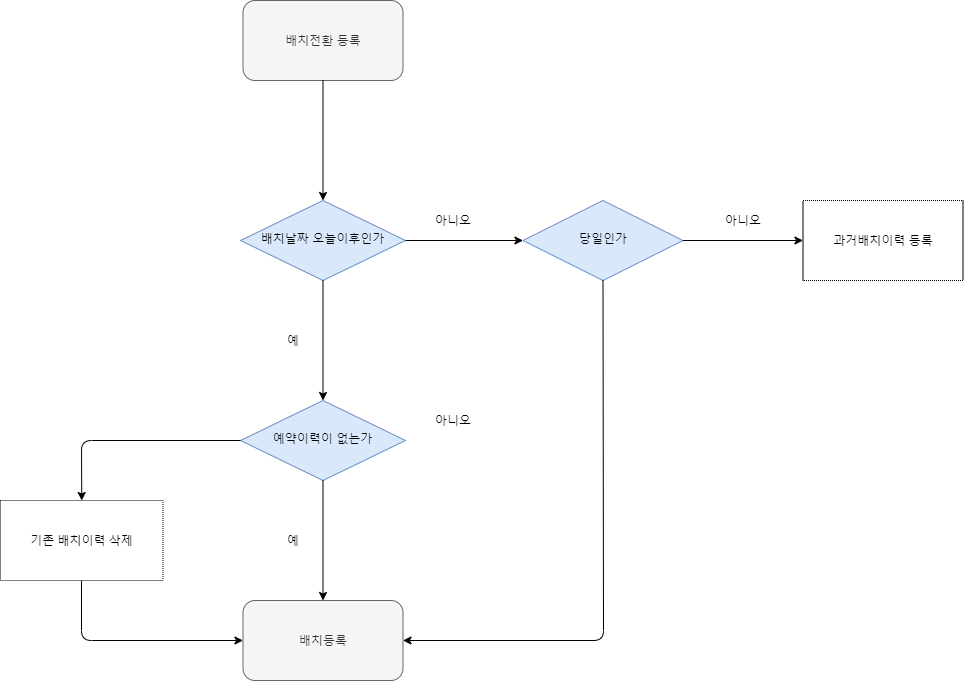
Earlier version of the draw.io export InsaSystem_Relocation.png (KONGNOBIN/Diagram). Source tidied: cells renumbered, new cells last; positions are measured from the earlier drawing's top-left corner, leaving out a move shared by most shapes.
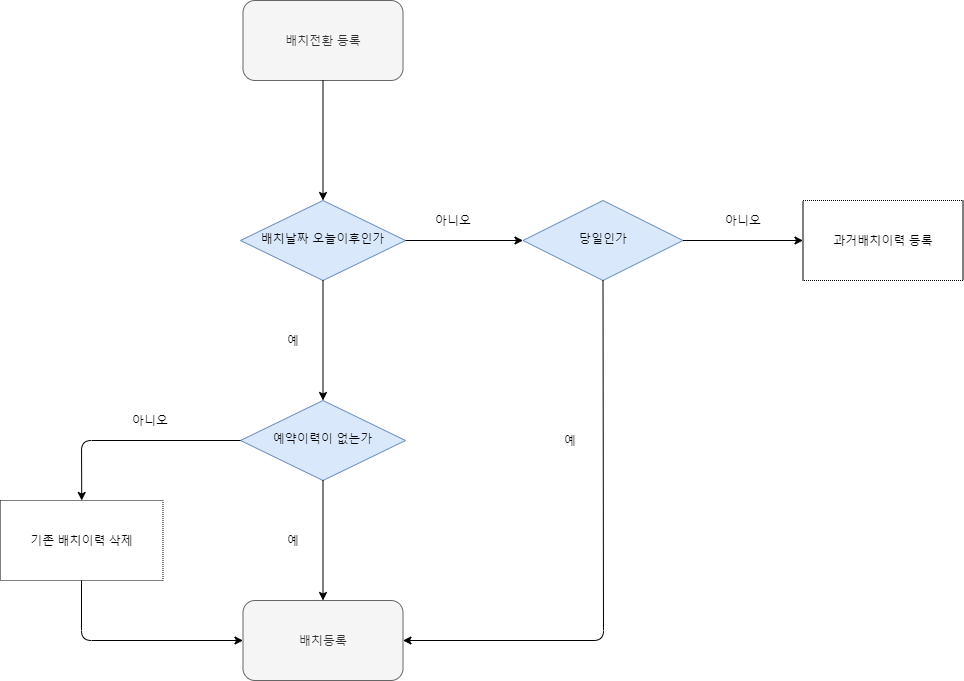
Above is the later version.

Change to the diagram source:
```diff
@@ -62,7 +62,7 @@
       </mxGeometry>
     </mxCell>
     <mxCell id="18" value="아니오" style="text;html=1;strokeColor=none;fillColor=none;align=center;verticalAlign=middle;whiteSpace=wrap;rounded=0;dashed=1;dashPattern=1 1;" parent="1" vertex="1">
-      <mxGeometry x="432.5" y="410" width="40" height="20" as="geometry" />
+      <mxGeometry x="130" y="410" width="40" height="20" as="geometry" />
     </mxCell>
     <mxCell id="19" value="아니오" style="text;html=1;strokeColor=none;fillColor=none;align=center;verticalAlign=middle;whiteSpace=wrap;rounded=0;dashed=1;dashPattern=1 1;" parent="1" vertex="1">
       <mxGeometry x="722.5" y="210" width="40" height="20" as="geometry" />
@@ -77,5 +77,8 @@
         </Array>
       </mxGeometry>
     </mxCell>
+    <mxCell id="22" value="예&lt;br&gt;" style="text;html=1;strokeColor=none;fillColor=none;align=center;verticalAlign=middle;whiteSpace=wrap;rounded=0;dashed=1;dashPattern=1 1;" parent="1" vertex="1">
+      <mxGeometry x="550" y="430" width="40" height="20" as="geometry" />
+    </mxCell>
   </root>
 </mxGraphModel>
```
